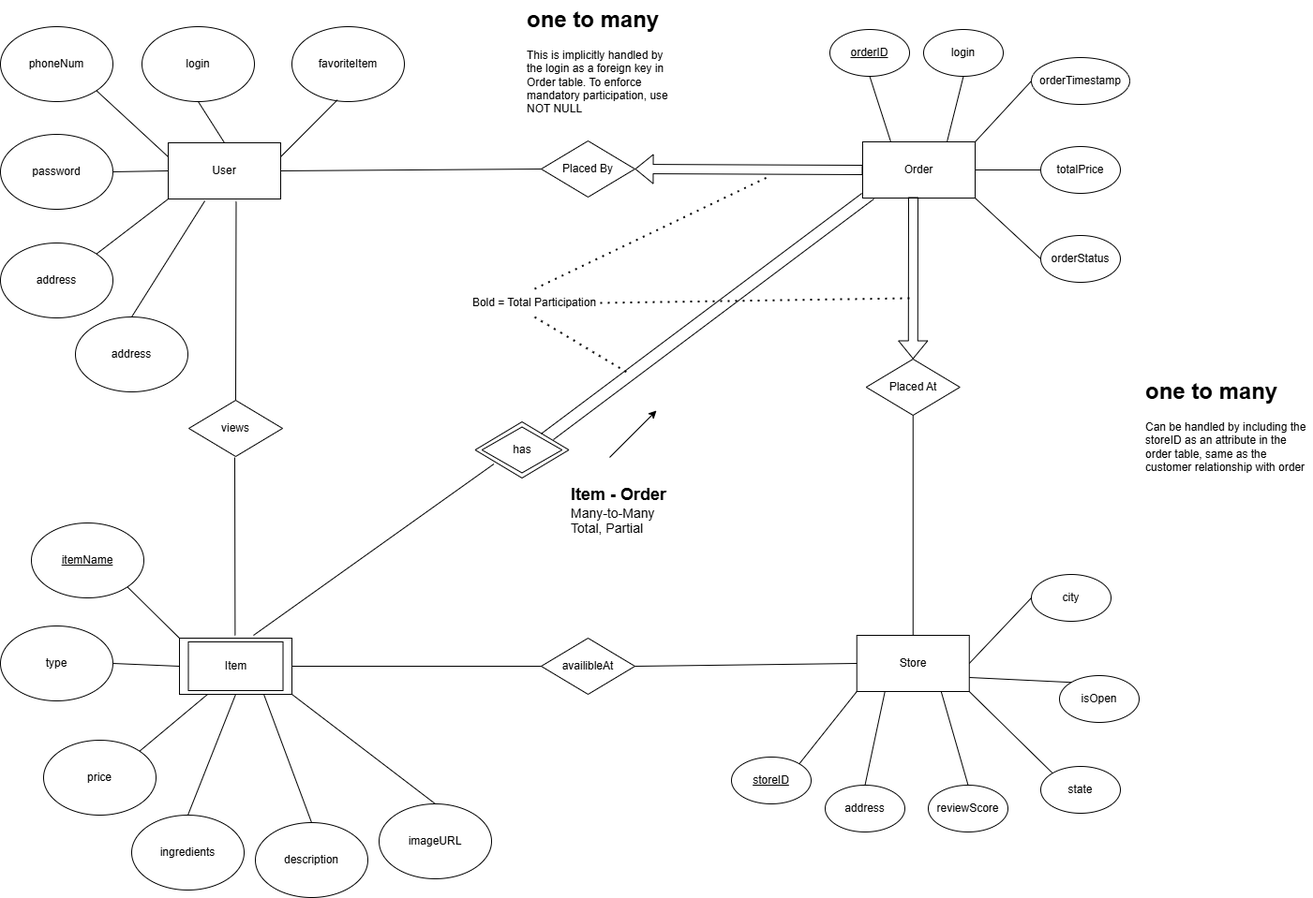
Before: diagrams/UpdatedER.drawio.png, a diagram exported from draw.io (DevinRShaw/PizzaDeliveryApplication). Source tidied: cells renumbered, new cells last; positions are measured from the earlier drawing's top-left corner, leaving out a move shared by most shapes.
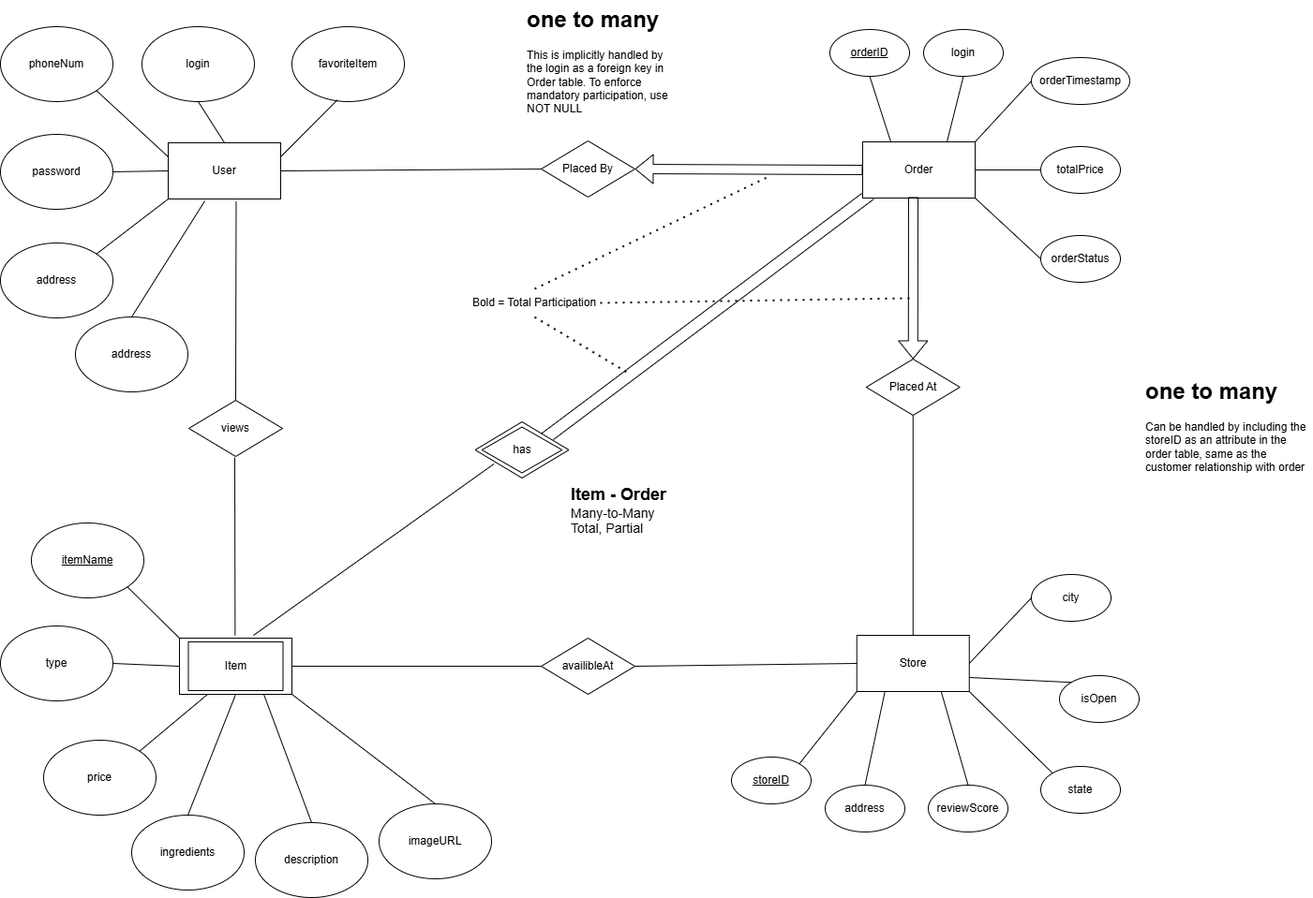
After the commit.

Change to the diagram source:
```diff
@@ -342,11 +342,5 @@
         <mxPoint x="670" y="398" as="targetPoint" />
       </mxGeometry>
     </mxCell>
-    <mxCell id="108" style="endArrow=classic;html=1;rounded=0;" parent="1" edge="1">
-      <mxGeometry relative="1" as="geometry">
-        <mxPoint x="650" y="488" as="sourcePoint" />
-        <mxPoint x="700" y="438" as="targetPoint" />
-      </mxGeometry>
-    </mxCell>
   </root>
 </mxGraphModel>
```
